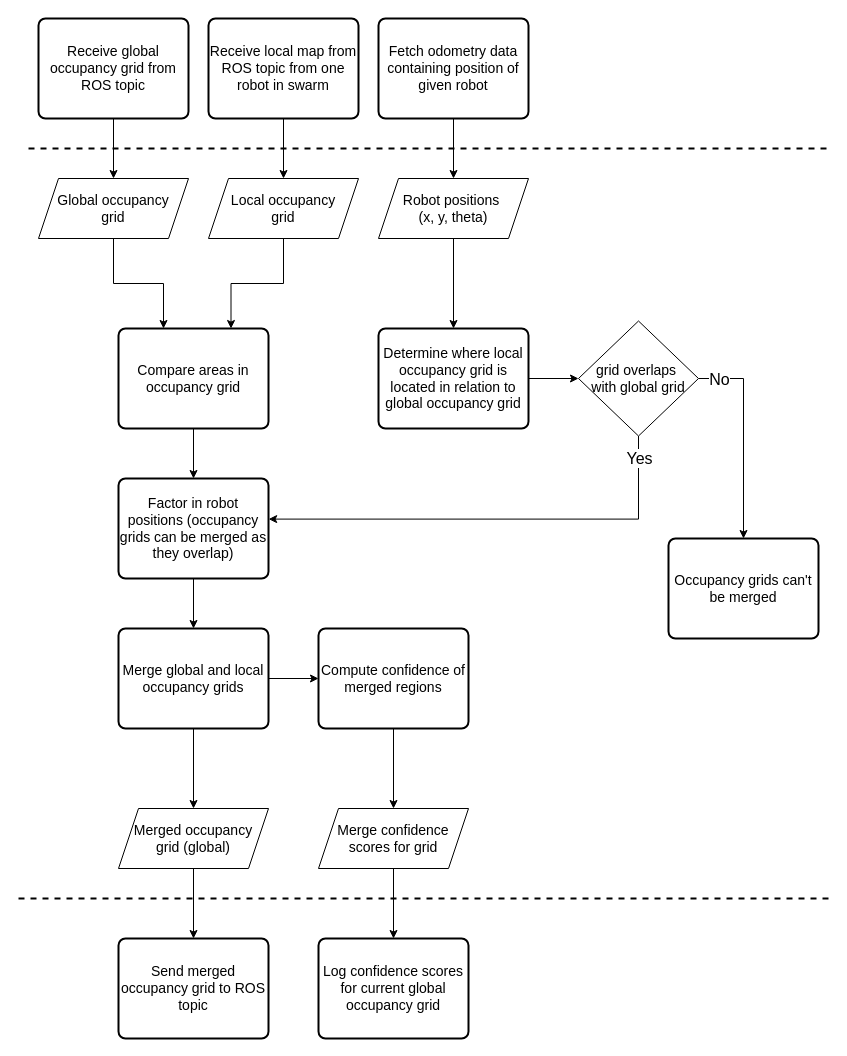
Earlier version of the draw.io diagram robot_network/resource/swarm_map_processor.drawio (Jakuko99/robot-node-ros2). Source tidied: cells renumbered, new cells numbered last; positions are measured from the earlier drawing's top-left corner, leaving out a move shared by most shapes. Both pictures are drawn from the tidied source at 100%, with x=0, y=0 at pixel (18, 18).
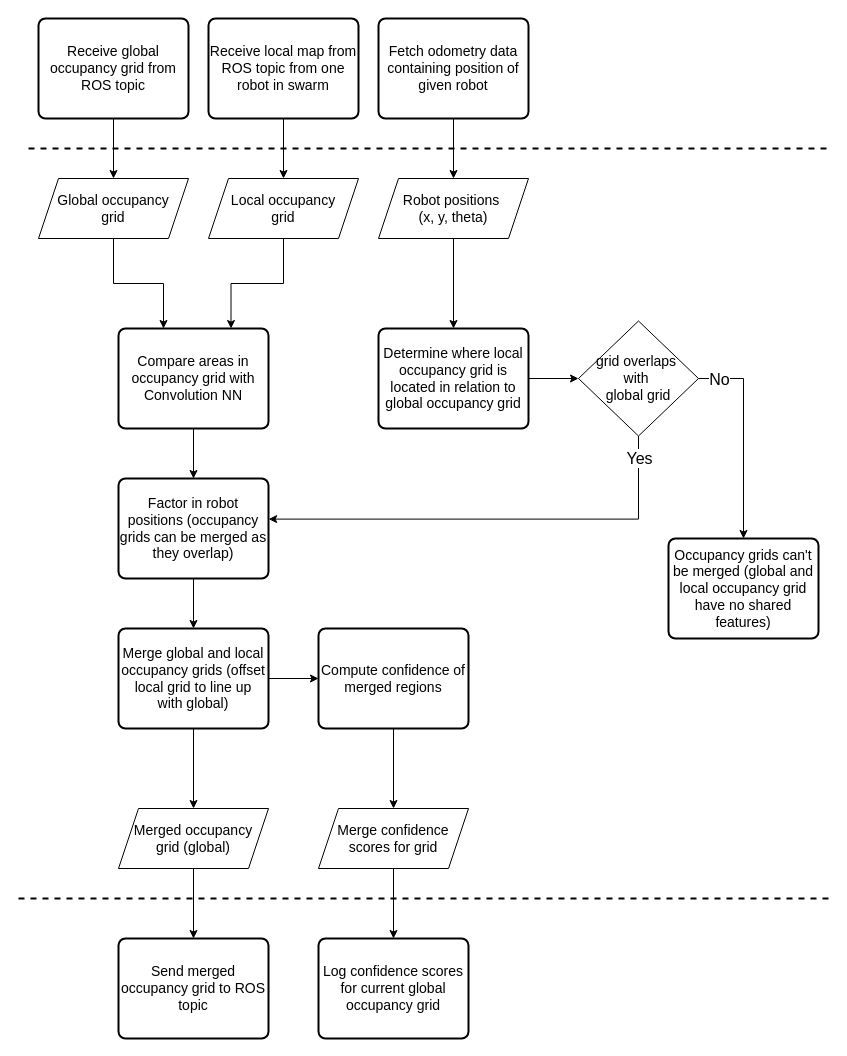
The same page after the edit.

What changed in the source:
```diff
@@
-    <mxCell id="12" value="&lt;font style=&quot;font-size: 14px;&quot;&gt;Compare areas in occupancy grid&lt;/font&gt;" style="rounded=1;whiteSpace=wrap;html=1;absoluteArcSize=1;arcSize=14;strokeWidth=2;" parent="1" vertex="1">
+    <mxCell id="12" value="&lt;font style=&quot;font-size: 14px;&quot;&gt;Compare areas in occupancy grid with Convolution NN&lt;/font&gt;" style="rounded=1;whiteSpace=wrap;html=1;absoluteArcSize=1;arcSize=14;strokeWidth=2;" parent="1" vertex="1">
       <mxGeometry x="100" y="310" width="150" height="100" as="geometry" />
     </mxCell>
@@
-    <mxCell id="18" value="&lt;font style=&quot;font-size: 14px;&quot;&gt;Merge global and local occupancy grids&lt;/font&gt;" style="rounded=1;whiteSpace=wrap;html=1;absoluteArcSize=1;arcSize=14;strokeWidth=2;" parent="1" vertex="1">
+    <mxCell id="18" value="&lt;font style=&quot;font-size: 14px;&quot;&gt;Merge global and local occupancy grids (offset local grid to line up with global)&lt;/font&gt;" style="rounded=1;whiteSpace=wrap;html=1;absoluteArcSize=1;arcSize=14;strokeWidth=2;perimeterSpacing=0;spacingTop=1;spacingBottom=1;spacingRight=2;spacingLeft=2;" parent="1" vertex="1">
       <mxGeometry x="100" y="610" width="150" height="100" as="geometry" />
     </mxCell>
@@
-    <mxCell id="34" value="&lt;div&gt;&lt;font style=&quot;font-size: 14px;&quot;&gt;grid overlaps&amp;nbsp;&lt;/font&gt;&lt;/div&gt;&lt;div&gt;&lt;font style=&quot;font-size: 14px;&quot;&gt;with global grid&lt;/font&gt;&lt;/div&gt;" style="rhombus;whiteSpace=wrap;html=1;" parent="1" vertex="1">
+    <mxCell id="34" value="&lt;div&gt;&lt;font style=&quot;font-size: 14px;&quot;&gt;grid overlaps&amp;nbsp;&lt;/font&gt;&lt;/div&gt;&lt;div&gt;&lt;font style=&quot;font-size: 14px;&quot;&gt;with&amp;nbsp;&lt;/font&gt;&lt;/div&gt;&lt;div&gt;&lt;font style=&quot;font-size: 14px;&quot;&gt;global grid&lt;/font&gt;&lt;/div&gt;" style="rhombus;whiteSpace=wrap;html=1;" parent="1" vertex="1">
       <mxGeometry x="560" y="302.5" width="120" height="115" as="geometry" />
     </mxCell>
@@
-    <mxCell id="37" value="&lt;font style=&quot;font-size: 14px;&quot;&gt;Occupancy grids can't be merged&lt;/font&gt;" style="rounded=1;whiteSpace=wrap;html=1;absoluteArcSize=1;arcSize=14;strokeWidth=2;" parent="1" vertex="1">
+    <mxCell id="37" value="&lt;font style=&quot;font-size: 14px;&quot;&gt;Occupancy grids can't be merged (global and local occupancy grid have no shared features)&lt;/font&gt;" style="rounded=1;whiteSpace=wrap;html=1;absoluteArcSize=1;arcSize=14;strokeWidth=2;" parent="1" vertex="1">
       <mxGeometry x="650" y="520" width="150" height="100" as="geometry" />
     </mxCell>
```
